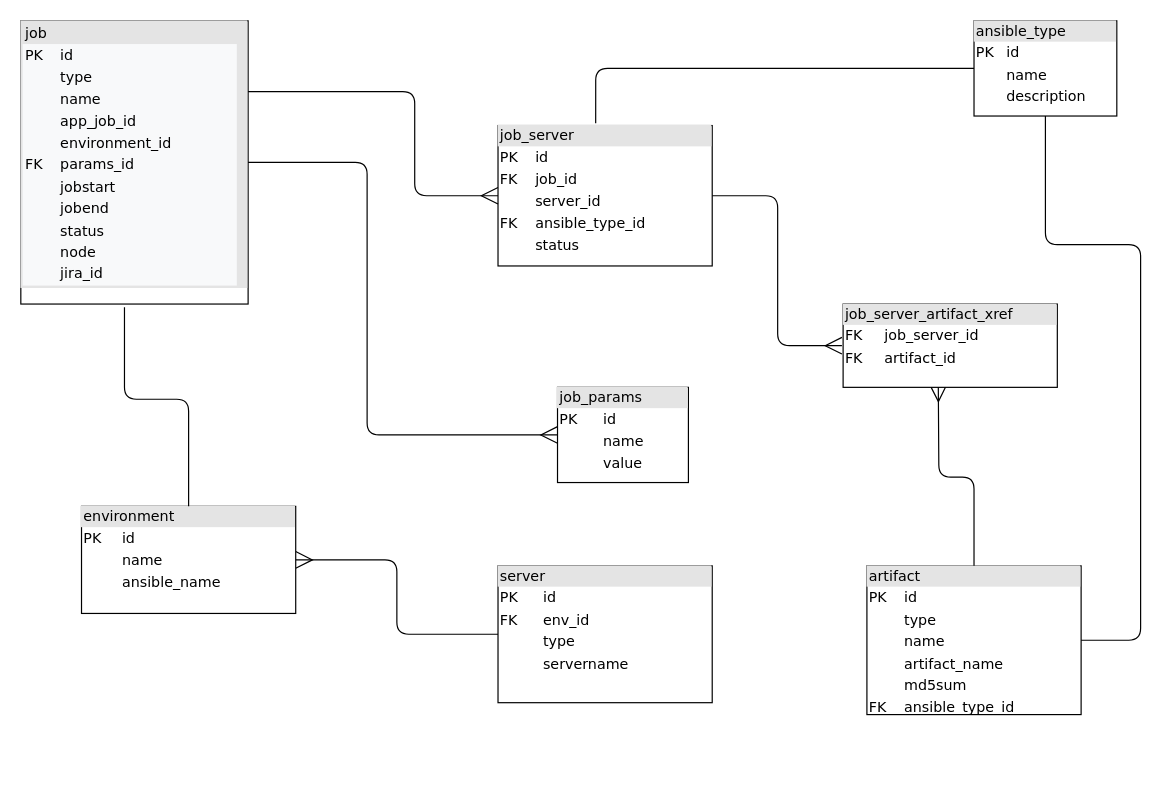
Earlier version of the draw.io diagram DrawIO/KWI-Deployment-DB-ER.drawio (jchupick/development). Source tidied: cells renumbered, new cells numbered last; positions are measured from the earlier drawing's top-left corner, leaving out a move shared by most shapes. Both pictures are drawn from the tidied source at 119%, with x=0, y=0 at pixel (20, 20).
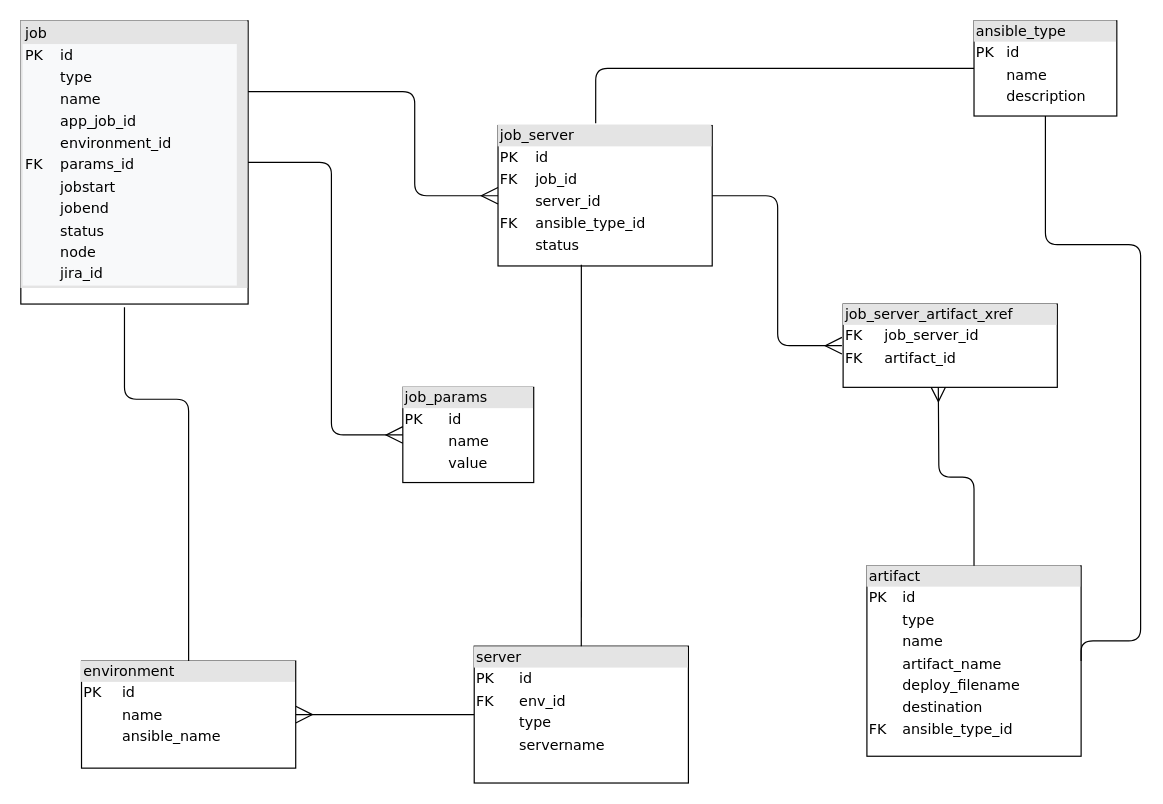
After the change.

Unchanged cells that the change refers to:
```xml
<mxCell id="2" value="&lt;div style=&quot;box-sizing: border-box ; width: 100% ; background: #e4e4e4 ; padding: 2px&quot;&gt;&lt;div style=&quot;box-sizing: border-box ; width: 180px ; padding: 2px&quot;&gt;job&lt;/div&gt;&lt;table cellpadding=&quot;2&quot; cellspacing=&quot;0&quot; style=&quot;font-size: 1em ; background-color: rgb(248 , 249 , 250) ; width: 180px&quot;&gt;&lt;tbody&gt;&lt;tr&gt;&lt;td&gt;PK&lt;/td&gt;&lt;td&gt;id&lt;/td&gt;&lt;/tr&gt;&lt;tr&gt;&lt;td&gt;&lt;br&gt;&lt;/td&gt;&lt;td&gt;type&lt;/td&gt;&lt;/tr&gt;&lt;tr&gt;&lt;td&gt;&lt;/td&gt;&lt;td&gt;name&lt;/td&gt;&lt;/tr&gt;&lt;tr&gt;&lt;td&gt;&lt;br&gt;&lt;/td&gt;&lt;td&gt;app_job_id&lt;/td&gt;&lt;/tr&gt;&lt;tr&gt;&lt;td&gt;&lt;br&gt;&lt;/td&gt;&lt;td&gt;environment_id&lt;/td&gt;&lt;/tr&gt;&lt;tr&gt;&lt;td&gt;FK&lt;br&gt;&lt;/td&gt;&lt;td&gt;params_id&lt;/td&gt;&lt;/tr&gt;&lt;tr&gt;&lt;td&gt;&lt;br&gt;&lt;/td&gt;&lt;td&gt;jobstart&lt;/td&gt;&lt;/tr&gt;&lt;tr&gt;&lt;td&gt;&lt;br&gt;&lt;/td&gt;&lt;td&gt;jobend&lt;/td&gt;&lt;/tr&gt;&lt;tr&gt;&lt;td&gt;&lt;br&gt;&lt;/td&gt;&lt;td&gt;status&lt;/td&gt;&lt;/tr&gt;&lt;tr&gt;&lt;td&gt;&lt;br&gt;&lt;/td&gt;&lt;td&gt;node&lt;/td&gt;&lt;/tr&gt;&lt;tr&gt;&lt;td&gt;&lt;br&gt;&lt;/td&gt;&lt;td&gt;jira_id&lt;/td&gt;&lt;/tr&gt;&lt;/tbody&gt;&lt;/table&gt;&lt;/div&gt;" style="verticalAlign=top;align=left;overflow=fill;html=1;rounded=0;shadow=0;comic=0;labelBackgroundColor=none;strokeWidth=1;fontFamily=Verdana;fontSize=12;" parent="1" vertex="1">
  <mxGeometry width="191" height="238" as="geometry" />
</mxCell>
<mxCell id="10" value="&lt;div style=&quot;box-sizing: border-box ; width: 100% ; background: #e4e4e4 ; padding: 2px&quot;&gt;job_server&lt;/div&gt;&lt;table style=&quot;width: 100% ; font-size: 1em&quot; cellpadding=&quot;2&quot; cellspacing=&quot;0&quot;&gt;&lt;tbody&gt;&lt;tr&gt;&lt;td&gt;PK&lt;/td&gt;&lt;td&gt;id&lt;/td&gt;&lt;/tr&gt;&lt;tr&gt;&lt;td&gt;FK&lt;/td&gt;&lt;td&gt;job_id&lt;/td&gt;&lt;/tr&gt;&lt;tr&gt;&lt;td&gt;&lt;/td&gt;&lt;td&gt;server_id&lt;/td&gt;&lt;/tr&gt;&lt;tr&gt;&lt;td&gt;FK&lt;/td&gt;&lt;td&gt;ansible_type_id&lt;/td&gt;&lt;/tr&gt;&lt;tr&gt;&lt;td&gt;&lt;br&gt;&lt;/td&gt;&lt;td&gt;status&lt;/td&gt;&lt;/tr&gt;&lt;/tbody&gt;&lt;/table&gt;" style="verticalAlign=top;align=left;overflow=fill;html=1;rounded=0;shadow=0;comic=0;labelBackgroundColor=none;strokeWidth=1;fontFamily=Verdana;fontSize=12;" parent="1" vertex="1">
  <mxGeometry x="401" y="88" width="180" height="118" as="geometry" />
</mxCell>
```

Change to the diagram source:
```diff
@@
     <mxCell id="3" value="&lt;div style=&quot;box-sizing: border-box ; width: 100% ; background: #e4e4e4 ; padding: 2px&quot;&gt;job_params&lt;/div&gt;&lt;table style=&quot;width: 100% ; font-size: 1em&quot; cellpadding=&quot;2&quot; cellspacing=&quot;0&quot;&gt;&lt;tbody&gt;&lt;tr&gt;&lt;td&gt;PK&lt;/td&gt;&lt;td&gt;id&lt;/td&gt;&lt;/tr&gt;&lt;tr&gt;&lt;td&gt;&lt;br&gt;&lt;/td&gt;&lt;td&gt;name&lt;/td&gt;&lt;/tr&gt;&lt;tr&gt;&lt;td&gt;&lt;/td&gt;&lt;td&gt;value&lt;/td&gt;&lt;/tr&gt;&lt;tr&gt;&lt;td&gt;&lt;/td&gt;&lt;td&gt;&lt;br&gt;&lt;/td&gt;&lt;/tr&gt;&lt;/tbody&gt;&lt;/table&gt;" style="verticalAlign=top;align=left;overflow=fill;html=1;rounded=0;shadow=0;comic=0;labelBackgroundColor=none;strokeWidth=1;fontFamily=Verdana;fontSize=12;" parent="1" vertex="1">
-      <mxGeometry x="451" y="308" width="110" height="80" as="geometry" />
+      <mxGeometry x="321" y="308" width="110" height="80" as="geometry" />
     </mxCell>
@@
     <mxCell id="5" value="&lt;div style=&quot;box-sizing: border-box ; width: 100% ; background: #e4e4e4 ; padding: 2px&quot;&gt;server&lt;/div&gt;&lt;table style=&quot;width: 100% ; font-size: 1em&quot; cellpadding=&quot;2&quot; cellspacing=&quot;0&quot;&gt;&lt;tbody&gt;&lt;tr&gt;&lt;td&gt;PK&lt;/td&gt;&lt;td&gt;id&lt;/td&gt;&lt;/tr&gt;&lt;tr&gt;&lt;td&gt;FK&lt;/td&gt;&lt;td&gt;env_id&lt;/td&gt;&lt;/tr&gt;&lt;tr&gt;&lt;td&gt;&lt;/td&gt;&lt;td&gt;type&lt;/td&gt;&lt;/tr&gt;&lt;tr&gt;&lt;td&gt;&lt;br&gt;&lt;/td&gt;&lt;td&gt;servername&lt;br&gt;&lt;/td&gt;&lt;/tr&gt;&lt;/tbody&gt;&lt;/table&gt;" style="verticalAlign=top;align=left;overflow=fill;html=1;rounded=0;shadow=0;comic=0;labelBackgroundColor=none;strokeWidth=1;fontFamily=Verdana;fontSize=12;" parent="1" vertex="1">
-      <mxGeometry x="401" y="458" width="180" height="115" as="geometry" />
+      <mxGeometry x="381" y="525.5" width="180" height="115" as="geometry" />
     </mxCell>
     <mxCell id="6" value="&lt;div style=&quot;box-sizing: border-box ; width: 100% ; background: #e4e4e4 ; padding: 2px&quot;&gt;environment&lt;/div&gt;&lt;table style=&quot;width: 100% ; font-size: 1em&quot; cellpadding=&quot;2&quot; cellspacing=&quot;0&quot;&gt;&lt;tbody&gt;&lt;tr&gt;&lt;td&gt;PK&lt;/td&gt;&lt;td&gt;id&lt;/td&gt;&lt;/tr&gt;&lt;tr&gt;&lt;td&gt;&lt;br&gt;&lt;/td&gt;&lt;td&gt;name&lt;/td&gt;&lt;/tr&gt;&lt;tr&gt;&lt;td&gt;&lt;/td&gt;&lt;td&gt;ansible_name&lt;/td&gt;&lt;/tr&gt;&lt;tr&gt;&lt;td&gt;&lt;/td&gt;&lt;td&gt;&lt;br&gt;&lt;/td&gt;&lt;/tr&gt;&lt;/tbody&gt;&lt;/table&gt;" style="verticalAlign=top;align=left;overflow=fill;html=1;rounded=0;shadow=0;comic=0;labelBackgroundColor=none;strokeWidth=1;fontFamily=Verdana;fontSize=12;" parent="1" vertex="1">
-      <mxGeometry x="51" y="408" width="180" height="90" as="geometry" />
+      <mxGeometry x="51" y="538" width="180" height="90" as="geometry" />
     </mxCell>
@@
-    <mxCell id="9" value="&lt;div style=&quot;box-sizing: border-box ; width: 100% ; background: #e4e4e4 ; padding: 2px&quot;&gt;artifact&lt;/div&gt;&lt;table style=&quot;width: 100% ; font-size: 1em&quot; cellpadding=&quot;2&quot; cellspacing=&quot;0&quot;&gt;&lt;tbody&gt;&lt;tr&gt;&lt;td&gt;PK&lt;/td&gt;&lt;td&gt;id&lt;/td&gt;&lt;/tr&gt;&lt;tr&gt;&lt;td&gt;&lt;br&gt;&lt;/td&gt;&lt;td&gt;type&lt;/td&gt;&lt;/tr&gt;&lt;tr&gt;&lt;td&gt;&lt;/td&gt;&lt;td&gt;name&lt;/td&gt;&lt;/tr&gt;&lt;tr&gt;&lt;td&gt;&lt;br&gt;&lt;/td&gt;&lt;td&gt;artifact_name&lt;/td&gt;&lt;/tr&gt;&lt;tr&gt;&lt;td&gt;&lt;br&gt;&lt;/td&gt;&lt;td&gt;md5sum&lt;/td&gt;&lt;/tr&gt;&lt;tr&gt;&lt;td&gt;FK&lt;/td&gt;&lt;td&gt;ansible_type_id&lt;/td&gt;&lt;/tr&gt;&lt;/tbody&gt;&lt;/table&gt;" style="verticalAlign=top;align=left;overflow=fill;html=1;rounded=0;shadow=0;comic=0;labelBackgroundColor=none;strokeWidth=1;fontFamily=Verdana;fontSize=12;" parent="1" vertex="1">
-      <mxGeometry x="711" y="458" width="180" height="125" as="geometry" />
+    <mxCell id="9" value="&lt;div style=&quot;box-sizing: border-box ; width: 100% ; background: #e4e4e4 ; padding: 2px&quot;&gt;artifact&lt;/div&gt;&lt;table style=&quot;width: 100% ; font-size: 1em&quot; cellpadding=&quot;2&quot; cellspacing=&quot;0&quot;&gt;&lt;tbody&gt;&lt;tr&gt;&lt;td&gt;PK&lt;/td&gt;&lt;td&gt;id&lt;/td&gt;&lt;/tr&gt;&lt;tr&gt;&lt;td&gt;&lt;br&gt;&lt;/td&gt;&lt;td&gt;type&lt;/td&gt;&lt;/tr&gt;&lt;tr&gt;&lt;td&gt;&lt;/td&gt;&lt;td&gt;name&lt;/td&gt;&lt;/tr&gt;&lt;tr&gt;&lt;td&gt;&lt;br&gt;&lt;/td&gt;&lt;td&gt;artifact_name&lt;/td&gt;&lt;/tr&gt;&lt;tr&gt;&lt;td&gt;&lt;br&gt;&lt;/td&gt;&lt;td&gt;deploy_filename&lt;/td&gt;&lt;/tr&gt;&lt;tr&gt;&lt;td&gt;&lt;br&gt;&lt;/td&gt;&lt;td&gt;destination&lt;/td&gt;&lt;/tr&gt;&lt;tr&gt;&lt;td&gt;FK&lt;/td&gt;&lt;td&gt;ansible_type_id&lt;/td&gt;&lt;/tr&gt;&lt;/tbody&gt;&lt;/table&gt;" style="verticalAlign=top;align=left;overflow=fill;html=1;rounded=0;shadow=0;comic=0;labelBackgroundColor=none;strokeWidth=1;fontFamily=Verdana;fontSize=12;" parent="1" vertex="1">
+      <mxGeometry x="711" y="458" width="180" height="160" as="geometry" />
     </mxCell>
@@
     <mxCell id="11" style="edgeStyle=orthogonalEdgeStyle;html=1;entryX=0;entryY=0.5;labelBackgroundColor=none;startArrow=none;endArrow=ERmany;fontFamily=Verdana;fontSize=12;align=left;exitX=1;exitY=0.5;exitDx=0;exitDy=0;entryDx=0;entryDy=0;startFill=0;endFill=0;endSize=12;" parent="1" edge="1" source="2" target="3">
       <mxGeometry relative="1" as="geometry">
         <Array as="points">
-          <mxPoint x="291" y="119" />
-          <mxPoint x="291" y="348" />
+          <mxPoint x="261" y="119" />
+          <mxPoint x="261" y="348" />
         </Array>
       </mxGeometry>
     </mxCell>
@@
+    <mxCell id="18" style="edgeStyle=orthogonalEdgeStyle;html=1;labelBackgroundColor=none;startArrow=none;endArrow=none;fontFamily=Verdana;fontSize=12;align=left;endFill=0;endSize=12;startFill=0;startSize=12;targetPerimeterSpacing=0;exitX=0.389;exitY=0.992;exitDx=0;exitDy=0;exitPerimeter=0;entryX=0.5;entryY=0;entryDx=0;entryDy=0;" parent="1" edge="1" source="10" target="5">
+      <mxGeometry relative="1" as="geometry" />
+    </mxCell>
```
